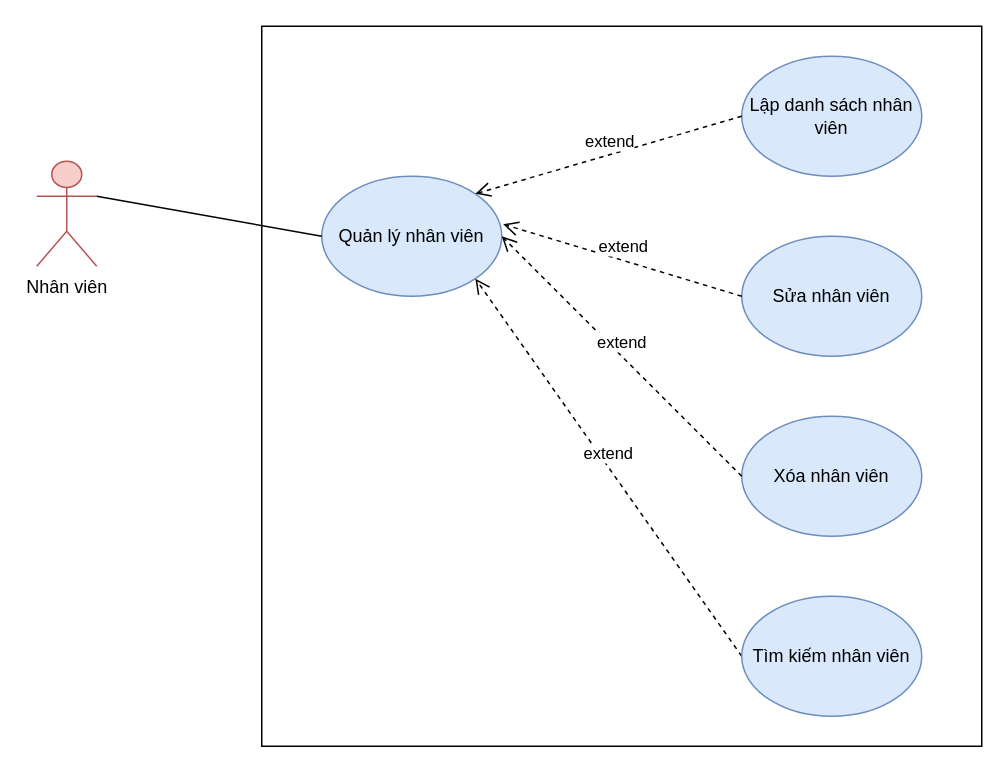
TikTzuki/tourism-application keeps this draw.io diagram as document/usecase/ql_nhanvien.drawio. Above is the earlier version. Source tidied: cells renumbered, new cells numbered last; positions are measured from the earlier drawing's top-left corner, leaving out a move shared by most shapes. Both pictures are drawn from the tidied source at 150%, with x=0, y=0 at pixel (36, 26).
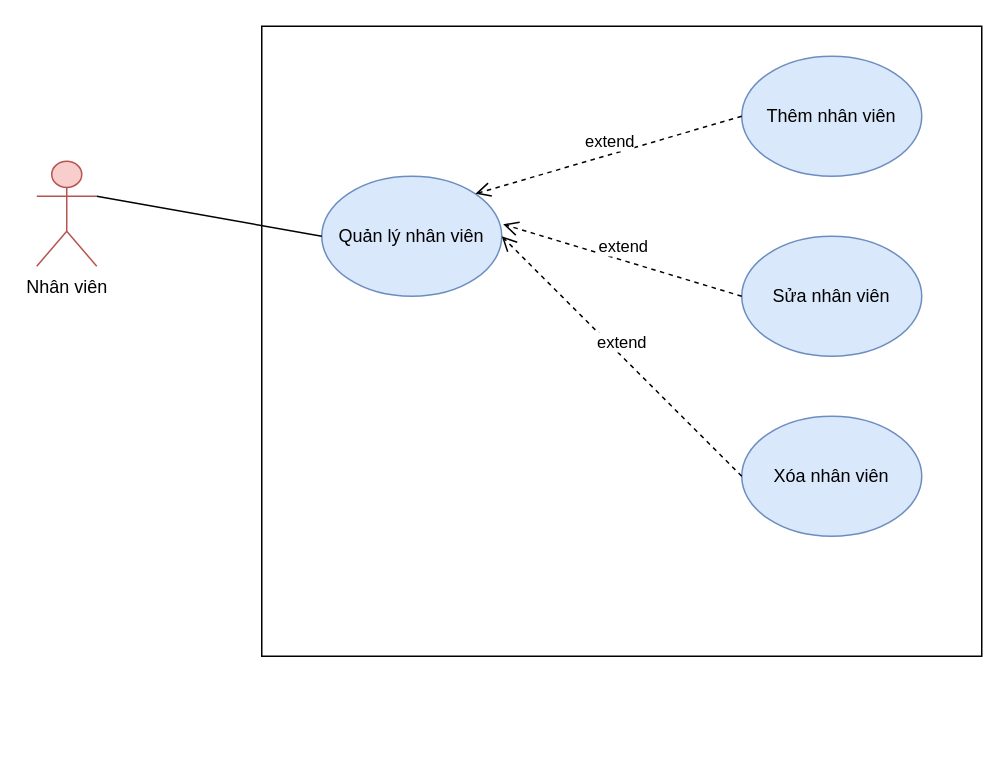
After the change.

What changed in the source:
```diff
@@
 <mxGraphModel>
   <root>
     <mxCell id="0" />
     <mxCell id="1" parent="0" />
     <mxCell id="2" style="rounded=0;whiteSpace=wrap;html=1;" parent="1" vertex="1">
-      <mxGeometry x="150" width="480" height="480" as="geometry" />
+      <mxGeometry x="150" width="480" height="420" as="geometry" />
     </mxCell>
     <mxCell id="3" value="Nhân viên" style="shape=umlActor;verticalLabelPosition=bottom;verticalAlign=top;html=1;outlineConnect=0;fillColor=#f8cecc;strokeColor=#b85450;" parent="1" vertex="1">
       <mxGeometry y="90" width="40" height="70" as="geometry" />
     </mxCell>
     <mxCell id="4" value="Quản lý nhân viên" style="ellipse;whiteSpace=wrap;html=1;fillColor=#dae8fc;strokeColor=#6c8ebf;" parent="1" vertex="1">
       <mxGeometry x="190" y="100" width="120" height="80" as="geometry" />
     </mxCell>
-    <mxCell id="5" value="Lập danh sách nhân viên" style="ellipse;whiteSpace=wrap;html=1;fillColor=#dae8fc;strokeColor=#6c8ebf;" parent="1" vertex="1">
+    <mxCell id="5" value="Thêm nhân viên" style="ellipse;whiteSpace=wrap;html=1;fillColor=#dae8fc;strokeColor=#6c8ebf;" parent="1" vertex="1">
       <mxGeometry x="470" y="20" width="120" height="80" as="geometry" />
     </mxCell>
-    <mxCell id="6" value="extend" style="html=1;verticalAlign=bottom;endArrow=open;dashed=1;endSize=8;exitX=0;exitY=0.5;exitDx=0;exitDy=0;entryX=1;entryY=1;entryDx=0;entryDy=0;" parent="1" edge="1" source="9" target="4">
-      <mxGeometry relative="1" as="geometry" />
-    </mxCell>
     <mxCell id="7" value="Sửa nhân viên" style="ellipse;whiteSpace=wrap;html=1;fillColor=#dae8fc;strokeColor=#6c8ebf;" parent="1" vertex="1">
       <mxGeometry x="470" y="140" width="120" height="80" as="geometry" />
     </mxCell>
     <mxCell id="8" value="Xóa nhân viên" style="ellipse;whiteSpace=wrap;html=1;fillColor=#dae8fc;strokeColor=#6c8ebf;" parent="1" vertex="1">
       <mxGeometry x="470" y="260" width="120" height="80" as="geometry" />
     </mxCell>
-    <mxCell id="9" value="Tìm kiếm nhân viên" style="ellipse;whiteSpace=wrap;html=1;fillColor=#dae8fc;strokeColor=#6c8ebf;" parent="1" vertex="1">
-      <mxGeometry x="470" y="380" width="120" height="80" as="geometry" />
-    </mxCell>
     <mxCell id="10" value="extend" style="html=1;verticalAlign=bottom;endArrow=open;dashed=1;endSize=8;exitX=0;exitY=0.5;exitDx=0;exitDy=0;entryX=1;entryY=0.5;entryDx=0;entryDy=0;" parent="1" edge="1" source="8" target="4">
       <mxGeometry relative="1" as="geometry" />
     </mxCell>
     <mxCell id="11" value="extend" style="html=1;verticalAlign=bottom;endArrow=open;dashed=1;endSize=8;exitX=0;exitY=0.5;exitDx=0;exitDy=0;entryX=1;entryY=0;entryDx=0;entryDy=0;" parent="1" edge="1" source="5" target="4">
       <mxGeometry relative="1" as="geometry" />
     </mxCell>
     <mxCell id="12" value="extend" style="html=1;verticalAlign=bottom;endArrow=open;dashed=1;endSize=8;exitX=0;exitY=0.5;exitDx=0;exitDy=0;entryX=1.008;entryY=0.4;entryDx=0;entryDy=0;entryPerimeter=0;" parent="1" edge="1" source="7" target="4">
       <mxGeometry relative="1" as="geometry" />
     </mxCell>
     <mxCell id="13" style="endArrow=none;html=1;entryX=0;entryY=0.5;entryDx=0;entryDy=0;exitX=1;exitY=0.3333333333333333;exitDx=0;exitDy=0;exitPerimeter=0;" parent="1" edge="1" source="3" target="4">
       <mxGeometry relative="1" as="geometry" />
     </mxCell>
   </root>
 </mxGraphModel>
```
